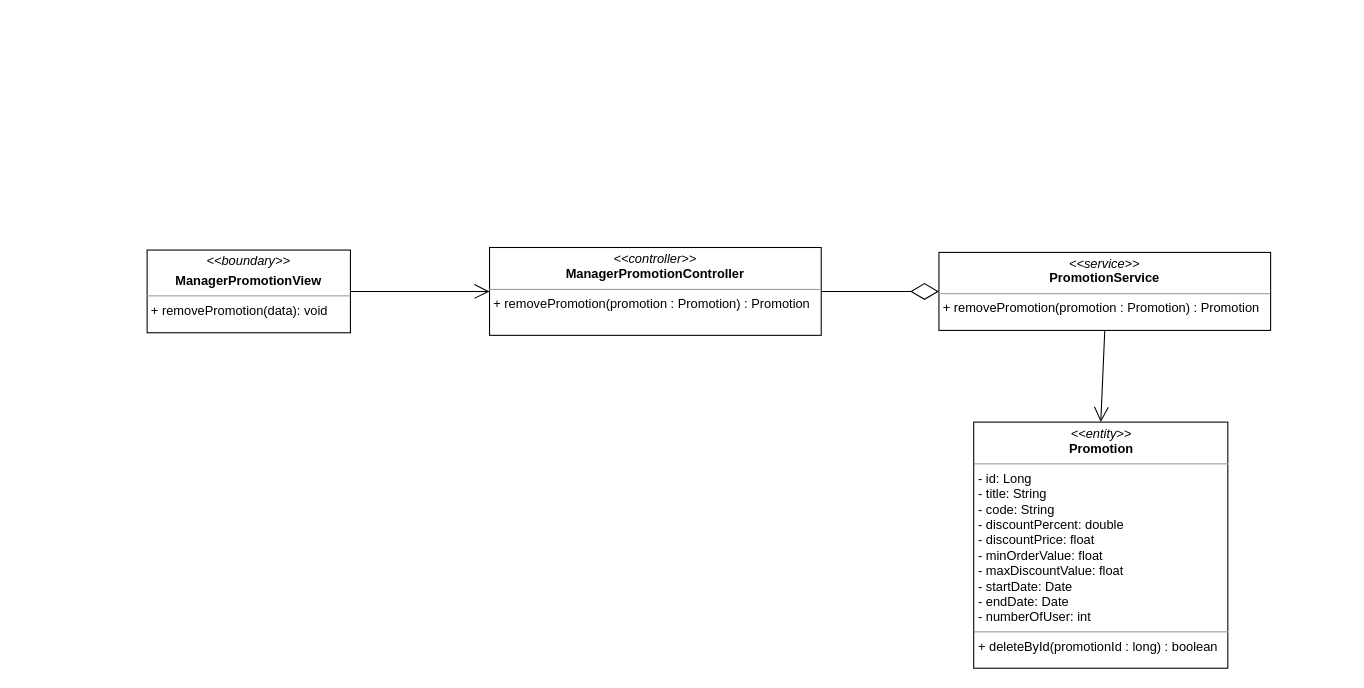
Above: class diagram/remove-promotion-class-diagram.drawio in nguyenphamvan/datn_20202 (draw.io), before the change. Source tidied: cells renumbered, new cells numbered last; positions are measured from the earlier drawing's top-left corner, leaving out a move shared by most shapes. Both pictures are drawn from the tidied source at 107%, with x=0, y=0 at pixel (147, 247).
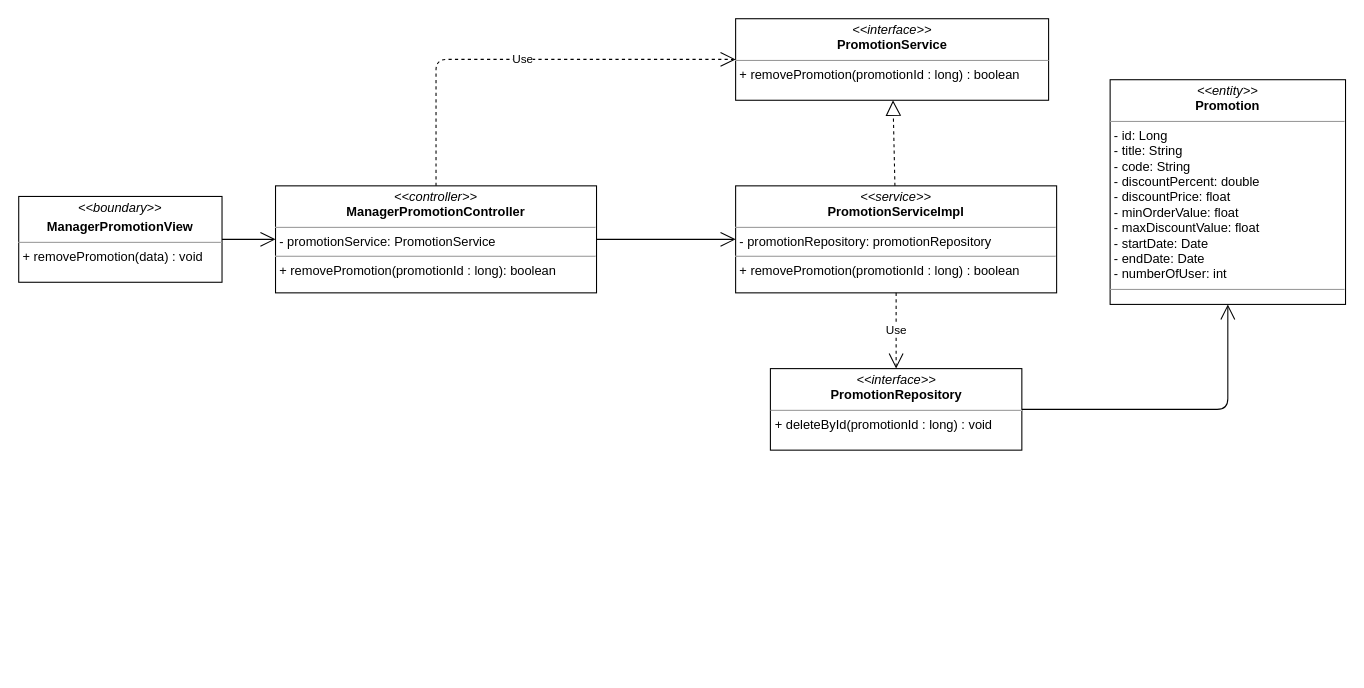
The same page after the edit.

Change to the diagram source:
```diff
@@
 <mxGraphModel>
   <root>
     <mxCell id="0" />
     <mxCell id="1" parent="0" />
-    <mxCell id="2" value="&lt;p style=&quot;margin: 0px ; margin-top: 4px ; text-align: center&quot;&gt;&lt;i&gt;&amp;lt;&amp;lt;boundary&amp;gt;&amp;gt;&lt;/i&gt;&lt;/p&gt;&lt;p style=&quot;margin: 0px ; margin-top: 4px ; text-align: center&quot;&gt;&lt;b&gt;ManagerPromotionView&lt;/b&gt;&lt;/p&gt;&lt;hr size=&quot;1&quot;&gt;&lt;p style=&quot;margin: 0px ; margin-left: 4px&quot;&gt;&lt;span&gt;+ removePromotion(data): void&lt;/span&gt;&lt;/p&gt;" style="verticalAlign=top;align=left;overflow=fill;fontSize=12;fontFamily=Helvetica;html=1;" parent="1" vertex="1">
-      <mxGeometry y="2.2" width="190" height="77.3" as="geometry" />
-    </mxCell>
-    <mxCell id="3" value="&lt;p style=&quot;margin: 0px ; margin-top: 4px ; text-align: center&quot;&gt;&lt;i&gt;&amp;lt;&amp;lt;controller&amp;gt;&amp;gt;&lt;/i&gt;&lt;br&gt;&lt;b&gt;ManagerPromotionController&lt;/b&gt;&lt;/p&gt;&lt;hr size=&quot;1&quot;&gt;&lt;p style=&quot;margin: 0px ; margin-left: 4px&quot;&gt;&lt;span&gt;+ removePromotion(promotion : Promotion) : Promotion&lt;/span&gt;&lt;/p&gt;" style="verticalAlign=top;align=left;overflow=fill;fontSize=12;fontFamily=Helvetica;html=1;" parent="1" vertex="1">
-      <mxGeometry x="320" y="-0.2" width="310" height="82.1" as="geometry" />
-    </mxCell>
-    <mxCell id="4" value="&lt;p style=&quot;margin: 0px ; margin-top: 4px ; text-align: center&quot;&gt;&lt;i&gt;&amp;lt;&amp;lt;service&amp;gt;&amp;gt;&lt;/i&gt;&lt;br&gt;&lt;b&gt;PromotionService&lt;/b&gt;&lt;/p&gt;&lt;hr size=&quot;1&quot;&gt;&lt;p style=&quot;margin: 0px ; margin-left: 4px&quot;&gt;&lt;span&gt;+ removePromotion(promotion : Promotion) : Promotion&lt;/span&gt;&lt;/p&gt;" style="verticalAlign=top;align=left;overflow=fill;fontSize=12;fontFamily=Helvetica;html=1;" parent="1" vertex="1">
-      <mxGeometry x="740" y="4.4" width="310" height="72.9" as="geometry" />
-    </mxCell>
-    <mxCell id="5" style="endArrow=open;endFill=1;endSize=12;html=1;entryX=0;entryY=0.5;entryDx=0;entryDy=0;exitX=1;exitY=0.5;exitDx=0;exitDy=0;" parent="1" edge="1" source="2" target="3">
-      <mxGeometry relative="1" as="geometry" />
-    </mxCell>
-    <mxCell id="6" style="endArrow=diamondThin;endFill=0;endSize=24;html=1;entryX=0;entryY=0.5;entryDx=0;entryDy=0;exitX=1;exitY=0.5;exitDx=0;exitDy=0;" parent="1" edge="1" source="3" target="4">
-      <mxGeometry relative="1" as="geometry" />
-    </mxCell>
-    <mxCell id="7" style="endArrow=open;endFill=1;endSize=12;html=1;exitX=0.5;exitY=1;exitDx=0;exitDy=0;entryX=0.5;entryY=0;entryDx=0;entryDy=0;" parent="1" edge="1" source="4" target="8">
-      <mxGeometry relative="1" as="geometry" />
-    </mxCell>
-    <mxCell id="8" value="&lt;p style=&quot;margin: 0px ; margin-top: 4px ; text-align: center&quot;&gt;&lt;i&gt;&amp;lt;&amp;lt;entity&amp;gt;&amp;gt;&lt;/i&gt;&lt;br&gt;&lt;b&gt;Promotion&lt;/b&gt;&lt;/p&gt;&lt;hr size=&quot;1&quot;&gt;&lt;p style=&quot;margin: 0px ; margin-left: 4px&quot;&gt;- id: Long&lt;/p&gt;&lt;p style=&quot;margin: 0px 0px 0px 4px&quot;&gt;- title: String&lt;br&gt;- code: String&lt;/p&gt;&lt;p style=&quot;margin: 0px 0px 0px 4px&quot;&gt;- discountPercent: double&lt;/p&gt;&lt;p style=&quot;margin: 0px 0px 0px 4px&quot;&gt;- discountPrice: float&lt;/p&gt;&lt;p style=&quot;margin: 0px 0px 0px 4px&quot;&gt;- minOrderValue: float&lt;/p&gt;&lt;p style=&quot;margin: 0px 0px 0px 4px&quot;&gt;- maxDiscountValue: float&lt;/p&gt;&lt;p style=&quot;margin: 0px 0px 0px 4px&quot;&gt;- startDate: Date&lt;/p&gt;&lt;p style=&quot;margin: 0px 0px 0px 4px&quot;&gt;- endDate: Date&lt;/p&gt;&lt;p style=&quot;margin: 0px 0px 0px 4px&quot;&gt;- numberOfUser: int&lt;span&gt;&amp;nbsp;&lt;/span&gt;&lt;/p&gt;&lt;hr size=&quot;1&quot;&gt;&lt;p style=&quot;margin: 0px ; margin-left: 4px&quot;&gt;+ deleteById(promotionId : long) : boolean&lt;/p&gt;" style="verticalAlign=top;align=left;overflow=fill;fontSize=12;fontFamily=Helvetica;html=1;" parent="1" vertex="1">
-      <mxGeometry x="772.5" y="163" width="237.5" height="230" as="geometry" />
-    </mxCell>
+    <mxCell id="9" value="&lt;p style=&quot;margin: 0px ; margin-top: 4px ; text-align: center&quot;&gt;&lt;i&gt;&amp;lt;&amp;lt;boundary&amp;gt;&amp;gt;&lt;/i&gt;&lt;/p&gt;&lt;p style=&quot;margin: 0px ; margin-top: 4px ; text-align: center&quot;&gt;&lt;b&gt;ManagerPromotionView&lt;/b&gt;&lt;/p&gt;&lt;hr size=&quot;1&quot;&gt;&lt;p style=&quot;margin: 0px ; margin-left: 4px&quot;&gt;&lt;span&gt;+ removePromotion(data) : void&lt;/span&gt;&lt;br&gt;&lt;/p&gt;" style="verticalAlign=top;align=left;overflow=fill;fontSize=12;fontFamily=Helvetica;html=1;" parent="1" vertex="1">
+      <mxGeometry x="-120" y="-47.9" width="190" height="80.2" as="geometry" />
+    </mxCell>
+    <mxCell id="10" style="endArrow=open;endFill=1;endSize=12;html=1;entryX=0;entryY=0.5;entryDx=0;entryDy=0;exitX=1;exitY=0.5;exitDx=0;exitDy=0;" parent="1" edge="1" source="9" target="14">
+      <mxGeometry relative="1" as="geometry" />
+    </mxCell>
+    <mxCell id="11" style="endArrow=open;endFill=1;endSize=12;html=1;exitX=1;exitY=0.5;exitDx=0;exitDy=0;edgeStyle=orthogonalEdgeStyle;" parent="1" edge="1" source="12" target="20">
+      <mxGeometry relative="1" as="geometry" />
+    </mxCell>
+    <mxCell id="12" value="&lt;p style=&quot;margin: 0px ; margin-top: 4px ; text-align: center&quot;&gt;&lt;i&gt;&amp;lt;&amp;lt;interface&amp;gt;&amp;gt;&lt;/i&gt;&lt;br&gt;&lt;b&gt;PromotionRepository&lt;/b&gt;&lt;/p&gt;&lt;hr size=&quot;1&quot;&gt;&lt;p style=&quot;margin: 0px ; margin-left: 4px&quot;&gt;+ deleteById(promotionId : long) : void&lt;/p&gt;" style="verticalAlign=top;align=left;overflow=fill;fontSize=12;fontFamily=Helvetica;html=1;" parent="1" vertex="1">
+      <mxGeometry x="582.5" y="113" width="235" height="76.2" as="geometry" />
+    </mxCell>
+    <mxCell id="13" value="&lt;p style=&quot;margin: 0px ; margin-top: 4px ; text-align: center&quot;&gt;&lt;i&gt;&amp;lt;&amp;lt;interface&amp;gt;&amp;gt;&lt;/i&gt;&lt;br&gt;&lt;b&gt;PromotionService&lt;/b&gt;&lt;/p&gt;&lt;hr size=&quot;1&quot;&gt;&lt;p style=&quot;margin: 0px ; margin-left: 4px&quot;&gt;+ removePromotion(promotionId : long) : boolean&lt;/p&gt;" style="verticalAlign=top;align=left;overflow=fill;fontSize=12;fontFamily=Helvetica;html=1;" parent="1" vertex="1">
+      <mxGeometry x="550" y="-214" width="292.5" height="76.2" as="geometry" />
+    </mxCell>
+    <mxCell id="14" value="&lt;p style=&quot;margin: 0px ; margin-top: 4px ; text-align: center&quot;&gt;&lt;i&gt;&amp;lt;&amp;lt;controller&amp;gt;&amp;gt;&lt;/i&gt;&lt;br&gt;&lt;b&gt;ManagerPromotionController&lt;/b&gt;&lt;br&gt;&lt;/p&gt;&lt;hr size=&quot;1&quot;&gt;&lt;p style=&quot;margin: 0px ; margin-left: 4px&quot;&gt;- promotionService: PromotionService&lt;br&gt;&lt;/p&gt;&lt;hr size=&quot;1&quot;&gt;&lt;p style=&quot;margin: 0px ; margin-left: 4px&quot;&gt;+ removePromotion(promotionId : long): boolean&lt;br&gt;&lt;/p&gt;" style="verticalAlign=top;align=left;overflow=fill;fontSize=12;fontFamily=Helvetica;html=1;" parent="1" vertex="1">
+      <mxGeometry x="120" y="-57.8" width="300" height="100" as="geometry" />
+    </mxCell>
+    <mxCell id="15" value="&lt;p style=&quot;margin: 0px ; margin-top: 4px ; text-align: center&quot;&gt;&lt;i&gt;&amp;lt;&amp;lt;service&amp;gt;&amp;gt;&lt;/i&gt;&lt;br&gt;&lt;b&gt;PromotionServiceImpl&lt;/b&gt;&lt;/p&gt;&lt;hr size=&quot;1&quot;&gt;&lt;p style=&quot;margin: 0px ; margin-left: 4px&quot;&gt;- promotionRepository: promotionRepository&lt;br&gt;&lt;/p&gt;&lt;hr size=&quot;1&quot;&gt;&lt;p style=&quot;margin: 0px ; margin-left: 4px&quot;&gt;+ removePromotion(promotionId : long) : boolean&lt;br&gt;&lt;/p&gt;" style="verticalAlign=top;align=left;overflow=fill;fontSize=12;fontFamily=Helvetica;html=1;" parent="1" vertex="1">
+      <mxGeometry x="550" y="-57.8" width="300" height="100" as="geometry" />
+    </mxCell>
+    <mxCell id="16" value="Use" style="endArrow=open;endSize=12;dashed=1;html=1;edgeStyle=orthogonalEdgeStyle;exitX=0.5;exitY=0;exitDx=0;exitDy=0;" parent="1" edge="1" source="14" target="13">
+      <mxGeometry relative="1" as="geometry">
+        <Array as="points">
+          <mxPoint x="270" y="-176" />
+        </Array>
+      </mxGeometry>
+    </mxCell>
+    <mxCell id="17" style="endArrow=block;dashed=1;endFill=0;endSize=12;html=1;" parent="1" edge="1" source="15" target="13">
+      <mxGeometry relative="1" as="geometry" />
+    </mxCell>
+    <mxCell id="18" value="Use" style="endArrow=open;endSize=12;dashed=1;html=1;" parent="1" edge="1" source="15" target="12">
+      <mxGeometry relative="1" as="geometry" />
+    </mxCell>
+    <mxCell id="19" style="endArrow=open;endFill=1;endSize=12;html=1;" parent="1" edge="1" source="14" target="15">
+      <mxGeometry relative="1" as="geometry" />
+    </mxCell>
+    <mxCell id="20" value="&lt;p style=&quot;margin: 0px ; margin-top: 4px ; text-align: center&quot;&gt;&lt;i&gt;&amp;lt;&amp;lt;entity&amp;gt;&amp;gt;&lt;/i&gt;&lt;br&gt;&lt;b&gt;Promotion&lt;/b&gt;&lt;/p&gt;&lt;hr size=&quot;1&quot;&gt;&lt;p style=&quot;margin: 0px ; margin-left: 4px&quot;&gt;- id: Long&lt;/p&gt;&lt;p style=&quot;margin: 0px 0px 0px 4px&quot;&gt;- title: String&lt;br&gt;- code: String&lt;/p&gt;&lt;p style=&quot;margin: 0px 0px 0px 4px&quot;&gt;- discountPercent: double&lt;/p&gt;&lt;p style=&quot;margin: 0px 0px 0px 4px&quot;&gt;- discountPrice: float&lt;/p&gt;&lt;p style=&quot;margin: 0px 0px 0px 4px&quot;&gt;- minOrderValue: float&lt;/p&gt;&lt;p style=&quot;margin: 0px 0px 0px 4px&quot;&gt;- maxDiscountValue: float&lt;/p&gt;&lt;p style=&quot;margin: 0px 0px 0px 4px&quot;&gt;- startDate: Date&lt;/p&gt;&lt;p style=&quot;margin: 0px 0px 0px 4px&quot;&gt;- endDate: Date&lt;/p&gt;&lt;p style=&quot;margin: 0px 0px 0px 4px&quot;&gt;- numberOfUser: int&lt;span&gt;&amp;nbsp;&lt;/span&gt;&lt;/p&gt;&lt;hr size=&quot;1&quot;&gt;&lt;p style=&quot;margin: 0px ; margin-left: 4px&quot;&gt;&lt;br&gt;&lt;/p&gt;" style="verticalAlign=top;align=left;overflow=fill;fontSize=12;fontFamily=Helvetica;html=1;" parent="1" vertex="1">
+      <mxGeometry x="900" y="-157" width="220" height="210" as="geometry" />
+    </mxCell>
   </root>
 </mxGraphModel>
```
